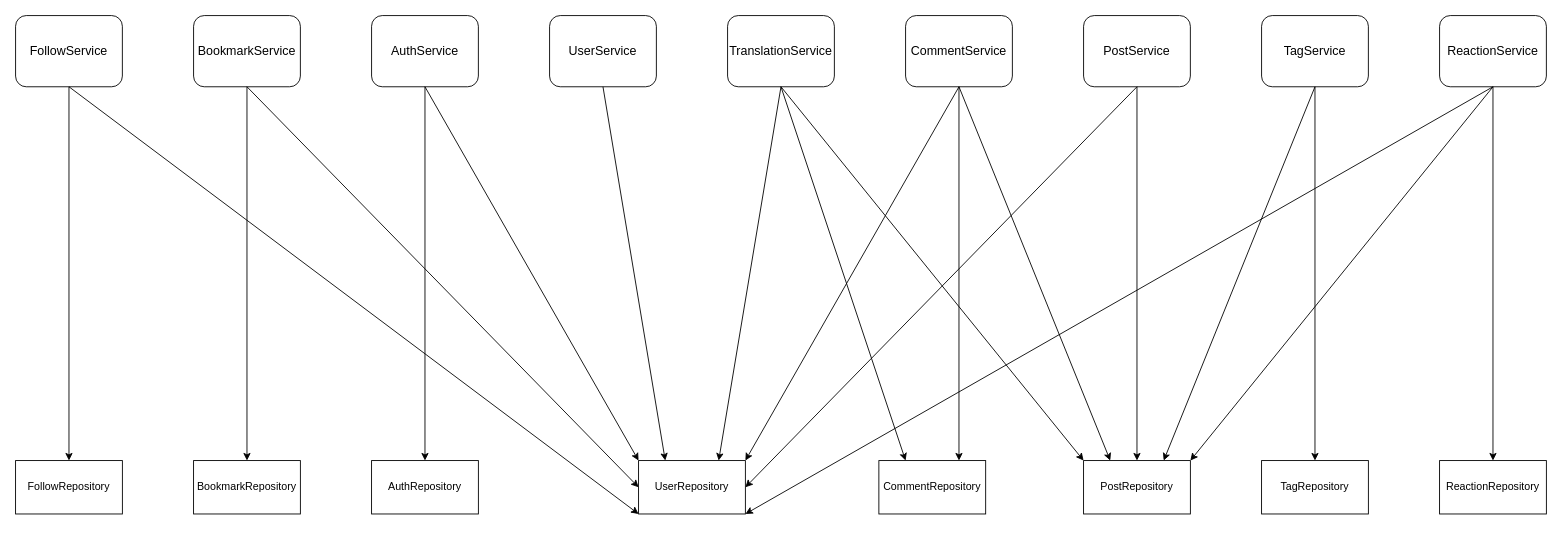
This is docs/src/assets/backend-calling-deps.drawio from CNVN2024-2-Boiz/etsubi, a draw.io file, before an edit. Source tidied: cells renumbered, new cells numbered last; positions are measured from the earlier drawing's top-left corner, leaving out a move shared by most shapes. Both pictures are drawn from the tidied source at 89%, with x=0, y=0 at pixel (15, 15).
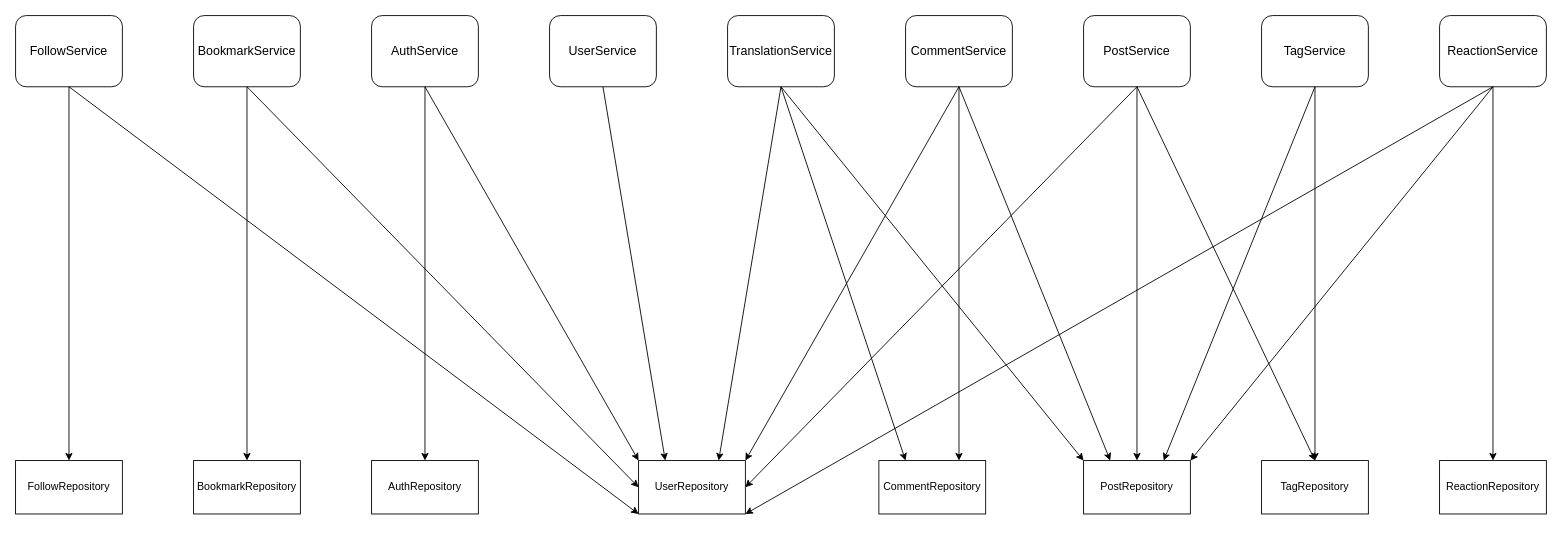
Above is the later version.

The change refers to these unchanged cells:
```xml
<mxCell id="3" value="PostService" style="rounded=1;whiteSpace=wrap;html=1;roundedPerimeter=1;fontSize=14;" parent="1" vertex="1">
  <mxGeometry x="1200" width="120" height="80" as="geometry" />
</mxCell>
<mxCell id="13" value="TagRepository" style="rounded=0;whiteSpace=wrap;html=1;" parent="1" vertex="1">
  <mxGeometry x="1400" y="500" width="120" height="60" as="geometry" />
</mxCell>
```

Change to the diagram source:
```diff
@@
+    <mxCell id="39" style="endArrow=classic;html=1;rounded=0;exitX=0.5;exitY=1;exitDx=0;exitDy=0;entryX=0.5;entryY=0;entryDx=0;entryDy=0;" parent="1" edge="1" source="3" target="13">
+      <mxGeometry relative="1" as="geometry" />
+    </mxCell>
```
